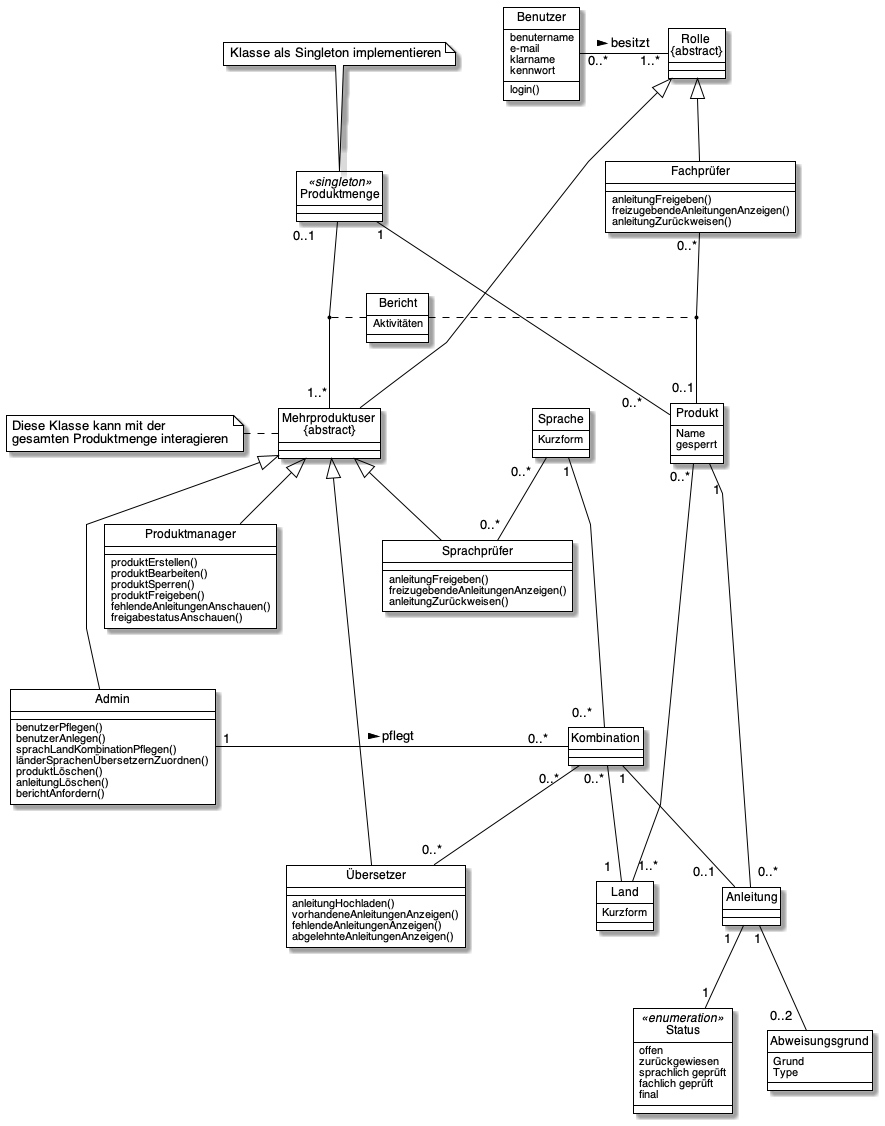
The PlantUML diagram out/klassendiagramm/Klassendiagramm.png in Schubert-Tom/Manual-Master, before a commit.
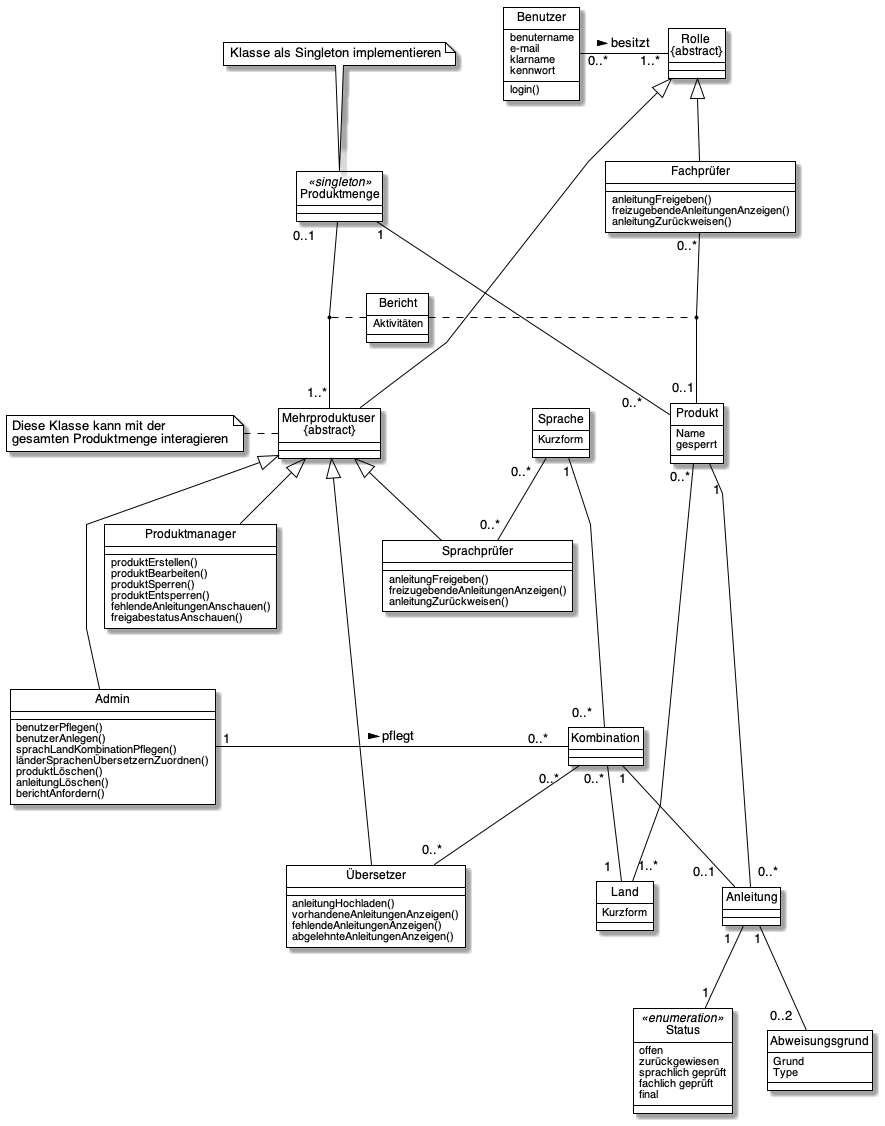
Later version of the same file.

Change to the diagram source:
```diff
@@ -51,7 +51,7 @@
     produktErstellen()
     produktBearbeiten()
     produktSperren()
-    produktFreigeben()
+    produktEntsperren()
     fehlendeAnleitungenAnschauen()
     freigabestatusAnschauen()
 }
```
